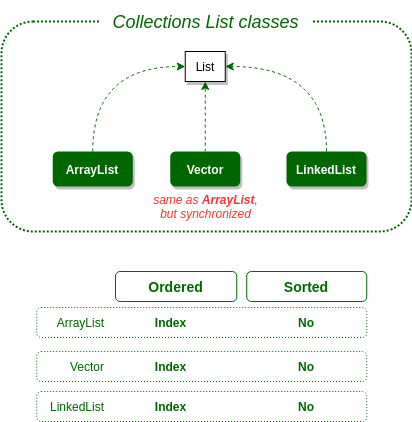
The draw.io diagram generics_and_collections/readme_resources/collections-list-classes.png in giuseppeiacono/OCP-Java-SE-8, before a commit. Source tidied: cells renumbered, new cells last; positions are measured from the earlier drawing's top-left corner, leaving out a move shared by most shapes.
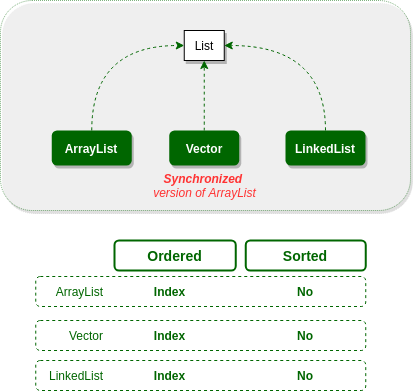
After the change.

The edit, as a diff of the source:
```diff
@@ -2,35 +2,32 @@
   <root>
     <mxCell id="0" />
     <mxCell id="1" parent="0" />
-    <mxCell id="2" style="rounded=1;whiteSpace=wrap;html=1;strokeColor=#006600;fillColor=none;fontColor=#006600;align=left;dashed=1;dashPattern=1 2;" parent="1" vertex="1">
+    <mxCell id="2" style="rounded=1;whiteSpace=wrap;html=1;strokeColor=#006600;fillColor=none;fontColor=#006600;align=left;dashed=1;" parent="1" vertex="1">
       <mxGeometry x="35.2" y="306" width="330" height="30" as="geometry" />
     </mxCell>
-    <mxCell id="3" style="rounded=1;whiteSpace=wrap;html=1;shadow=0;fontSize=22;dashed=1;dashPattern=1 1;strokeColor=#006600;strokeWidth=2;" parent="1" vertex="1">
-      <mxGeometry y="20" width="410" height="210" as="geometry" />
+    <mxCell id="3" style="rounded=1;whiteSpace=wrap;html=1;shadow=1;fontSize=22;dashed=1;dashPattern=1 1;strokeColor=#006600;strokeWidth=1;opacity=50;" parent="1" vertex="1">
+      <mxGeometry y="30" width="410" height="210" as="geometry" />
     </mxCell>
-    <mxCell id="4" value="&lt;div&gt;&lt;span style=&quot;font-style: italic ; font-weight: 400 ; letter-spacing: normal ; text-indent: 0px ; text-transform: none ; word-spacing: 0px ; float: none ; display: inline&quot;&gt;&lt;font style=&quot;font-size: 18px&quot;&gt;&amp;nbsp;Collections List classes&amp;nbsp;&lt;/font&gt;&lt;/span&gt;&lt;/div&gt;" style="rounded=1;whiteSpace=wrap;html=1;shadow=0;dashed=1;dashPattern=1 1;labelBackgroundColor=none;strokeColor=none;strokeWidth=2;fillColor=#ffffff;fontFamily=Helvetica;fontSize=19;fontColor=#006600;verticalAlign=middle;align=center;" parent="1" vertex="1">
-      <mxGeometry x="97.5" width="212.5" height="40" as="geometry" />
-    </mxCell>
     <mxCell id="5" value="List" style="rounded=0;whiteSpace=wrap;html=1;shadow=1;" parent="1" vertex="1">
-      <mxGeometry x="183.8" y="50" width="40" height="30" as="geometry" />
+      <mxGeometry x="183.8" y="60" width="40" height="30" as="geometry" />
     </mxCell>
     <mxCell id="6" style="edgeStyle=orthogonalEdgeStyle;jettySize=auto;html=1;entryX=0;entryY=0.5;entryDx=0;entryDy=0;dashed=1;strokeColor=#006600;fontColor=#663300;curved=1;exitX=0.5;exitY=0;exitDx=0;exitDy=0;" parent="1" edge="1" source="7" target="5">
       <mxGeometry relative="1" as="geometry" />
     </mxCell>
     <mxCell id="7" value="ArrayList" style="rounded=1;whiteSpace=wrap;html=1;strokeColor=none;fillColor=#006600;fontColor=#FFFFFF;fontStyle=1;shadow=1;" parent="1" vertex="1">
-      <mxGeometry x="51.2" y="150" width="80" height="35" as="geometry" />
+      <mxGeometry x="51.2" y="160" width="80" height="35" as="geometry" />
     </mxCell>
     <mxCell id="8" style="edgeStyle=orthogonalEdgeStyle;curved=1;jettySize=auto;html=1;entryX=0.5;entryY=1;entryDx=0;entryDy=0;dashed=1;strokeColor=#006600;" parent="1" edge="1" source="9" target="5">
       <mxGeometry relative="1" as="geometry" />
     </mxCell>
     <mxCell id="9" value="Vector" style="rounded=1;whiteSpace=wrap;html=1;strokeColor=none;fillColor=#006600;fontColor=#FFFFFF;fontStyle=1;shadow=1;" parent="1" vertex="1">
-      <mxGeometry x="168.8" y="150" width="70" height="35" as="geometry" />
+      <mxGeometry x="168.8" y="160" width="70" height="35" as="geometry" />
     </mxCell>
     <mxCell id="10" style="edgeStyle=orthogonalEdgeStyle;jettySize=auto;html=1;entryX=1;entryY=0.5;entryDx=0;entryDy=0;fontColor=#663300;dashed=1;strokeColor=#006600;exitX=0.5;exitY=0;exitDx=0;exitDy=0;curved=1;" parent="1" edge="1" source="11" target="5">
       <mxGeometry relative="1" as="geometry" />
     </mxCell>
     <mxCell id="11" value="LinkedList" style="rounded=1;whiteSpace=wrap;html=1;strokeColor=none;fillColor=#006600;fontColor=#FFFFFF;fontStyle=1;shadow=1;" parent="1" vertex="1">
-      <mxGeometry x="285" y="150" width="80" height="35" as="geometry" />
+      <mxGeometry x="285" y="160" width="80" height="35" as="geometry" />
     </mxCell>
     <mxCell id="12" value="ArrayList" style="text;html=1;align=right;verticalAlign=middle;fontColor=#006600;" parent="1" vertex="1">
       <mxGeometry x="44" y="311" width="60" height="20" as="geometry" />
@@ -41,7 +38,7 @@
     <mxCell id="14" value="&lt;span&gt;No&lt;br&gt;&lt;/span&gt;" style="rounded=0;whiteSpace=wrap;html=1;dashed=1;dashPattern=1 2;strokeColor=none;fillColor=none;fontColor=#006600;align=center;fontStyle=1;" parent="1" vertex="1">
       <mxGeometry x="245.2" y="306" width="120" height="30" as="geometry" />
     </mxCell>
-    <mxCell id="15" style="rounded=1;whiteSpace=wrap;html=1;strokeColor=#006600;fillColor=none;fontColor=#006600;align=left;dashed=1;dashPattern=1 2;" parent="1" vertex="1">
+    <mxCell id="15" style="rounded=1;whiteSpace=wrap;html=1;strokeColor=#006600;fillColor=none;fontColor=#006600;align=left;dashed=1;" parent="1" vertex="1">
       <mxGeometry x="35.2" y="350" width="330" height="30" as="geometry" />
     </mxCell>
     <mxCell id="16" value="Vector" style="text;html=1;align=right;verticalAlign=middle;fontColor=#006600;" parent="1" vertex="1">
@@ -53,13 +50,13 @@
     <mxCell id="18" value="&lt;span&gt;&lt;b&gt;No&lt;/b&gt;&lt;br&gt;&lt;/span&gt;" style="rounded=0;whiteSpace=wrap;html=1;dashed=1;dashPattern=1 2;strokeColor=none;fillColor=none;fontColor=#006600;align=center;fontStyle=0;" parent="1" vertex="1">
       <mxGeometry x="245.2" y="350" width="120" height="30" as="geometry" />
     </mxCell>
-    <mxCell id="19" value="&lt;b&gt;Ordered&lt;/b&gt;" style="rounded=1;whiteSpace=wrap;html=1;shadow=0;glass=0;comic=0;strokeColor=#006600;fillColor=none;fontSize=14;fontColor=#006600;align=center;" parent="1" vertex="1">
+    <mxCell id="19" value="&lt;b&gt;Ordered&lt;/b&gt;" style="rounded=1;whiteSpace=wrap;html=1;shadow=0;glass=0;comic=0;strokeColor=#006600;fillColor=none;fontSize=14;fontColor=#006600;align=center;strokeWidth=2;" parent="1" vertex="1">
       <mxGeometry x="114" y="270" width="121.2" height="30" as="geometry" />
     </mxCell>
-    <mxCell id="20" value="&lt;b&gt;Sorted&lt;/b&gt;" style="rounded=1;whiteSpace=wrap;html=1;shadow=0;glass=0;comic=0;strokeColor=#006600;fillColor=none;fontSize=14;fontColor=#006600;align=center;" parent="1" vertex="1">
+    <mxCell id="20" value="&lt;b&gt;Sorted&lt;/b&gt;" style="rounded=1;whiteSpace=wrap;html=1;shadow=0;glass=0;comic=0;strokeColor=#006600;fillColor=none;fontSize=14;fontColor=#006600;align=center;strokeWidth=2;" parent="1" vertex="1">
       <mxGeometry x="245.2" y="270" width="120" height="30" as="geometry" />
     </mxCell>
-    <mxCell id="21" style="rounded=1;whiteSpace=wrap;html=1;strokeColor=#006600;fillColor=none;fontColor=#006600;align=left;dashed=1;dashPattern=1 2;" parent="1" vertex="1">
+    <mxCell id="21" style="rounded=1;whiteSpace=wrap;html=1;strokeColor=#006600;fillColor=none;fontColor=#006600;align=left;dashed=1;" parent="1" vertex="1">
       <mxGeometry x="35.2" y="390" width="330" height="30" as="geometry" />
     </mxCell>
     <mxCell id="22" value="LinkedList" style="text;html=1;align=right;verticalAlign=middle;fontColor=#006600;" parent="1" vertex="1">
@@ -71,8 +68,8 @@
     <mxCell id="24" value="&lt;span&gt;&lt;b&gt;No&lt;/b&gt;&lt;br&gt;&lt;/span&gt;" style="rounded=0;whiteSpace=wrap;html=1;dashed=1;dashPattern=1 2;strokeColor=none;fillColor=none;fontColor=#006600;align=center;fontStyle=0;" parent="1" vertex="1">
       <mxGeometry x="245.2" y="390" width="120" height="30" as="geometry" />
     </mxCell>
-    <mxCell id="25" value="same as &lt;b&gt;ArrayList&lt;/b&gt;,&lt;br&gt;but synchronized" style="text;html=1;align=center;verticalAlign=middle;fontColor=#FF3333;fontStyle=2;" parent="1" vertex="1">
-      <mxGeometry x="143.8" y="190" width="120" height="30" as="geometry" />
+    <mxCell id="25" value="&lt;b&gt;Synchronized&lt;/b&gt; &lt;br&gt;version of&amp;nbsp;ArrayList" style="text;html=1;align=center;verticalAlign=middle;fontColor=#FF3333;fontStyle=2;" parent="1" vertex="1">
+      <mxGeometry x="143.8" y="200" width="120" height="30" as="geometry" />
     </mxCell>
   </root>
 </mxGraphModel>
```
